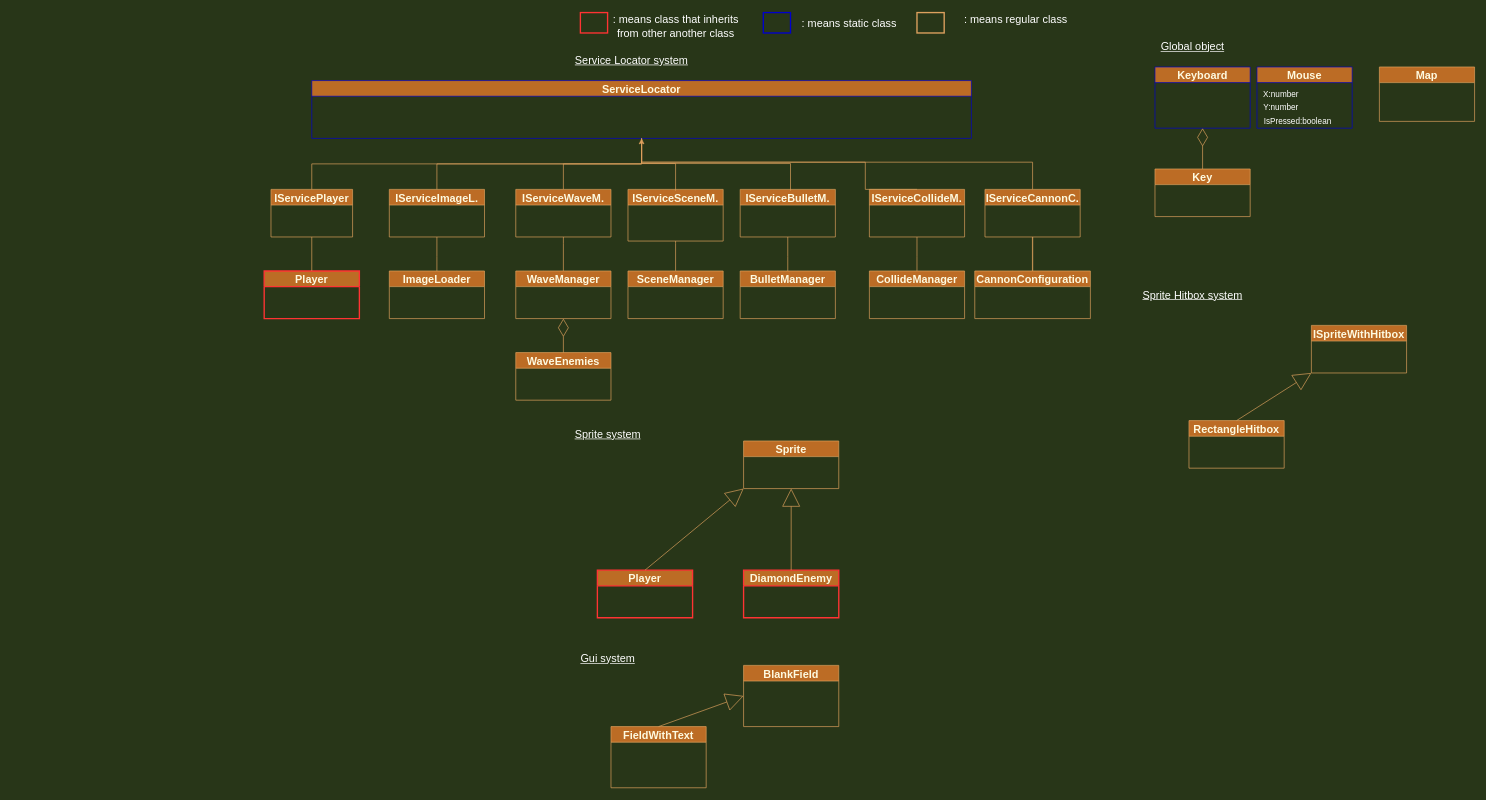
This is flow_chart/Uml.drawio from MounirAia/Web-Shoot-em-up, a draw.io file, before an edit. Source tidied: cells renumbered, new cells numbered last; positions are measured from the earlier drawing's top-left corner, leaving out a move shared by most shapes. Both pictures are drawn from the tidied source at 68%, with x=0, y=0 at pixel (264, 12).
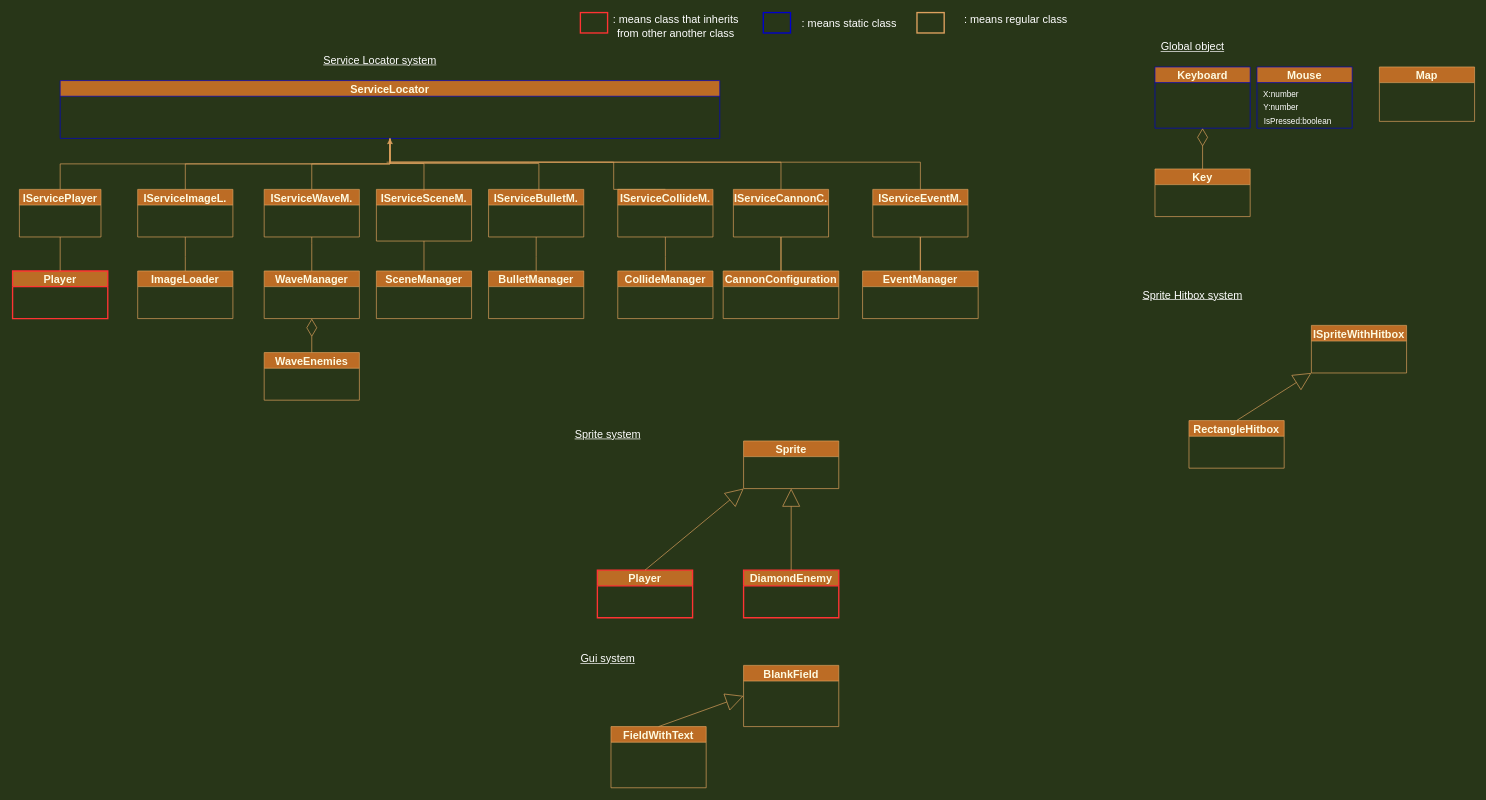
The same page after the edit.

The edit, as a diff of the source:
```diff
@@
     <mxCell id="2" value="ServiceLocator" style="swimlane;fontSize=16;fillColor=#BC6C25;strokeColor=#0000CC;fontColor=#FEFAE0;" parent="1" vertex="1">
-      <mxGeometry x="70" y="100" width="970" height="85" as="geometry" />
+      <mxGeometry x="-300" y="100" width="970" height="85" as="geometry" />
     </mxCell>
@@
     <mxCell id="4" value="Player" style="swimlane;fontSize=16;fillColor=#BC6C25;strokeColor=#FF3333;fontColor=#FEFAE0;strokeWidth=2;" parent="1" vertex="1">
-      <mxGeometry y="380" width="140" height="70" as="geometry" />
+      <mxGeometry x="-370" y="380" width="140" height="70" as="geometry" />
     </mxCell>
     <mxCell id="5" style="edgeStyle=orthogonalEdgeStyle;rounded=0;jettySize=auto;html=1;exitX=0.5;exitY=0;exitDx=0;exitDy=0;fontSize=16;endArrow=none;endFill=0;entryX=0.5;entryY=1;entryDx=0;entryDy=0;labelBackgroundColor=#283618;strokeColor=#DDA15E;fontColor=#FEFAE0;" parent="1" edge="1" source="6" target="8">
       <mxGeometry relative="1" as="geometry">
         <Array as="points">
-          <mxPoint x="440" y="340" />
-          <mxPoint x="440" y="340" />
+          <mxPoint x="70" y="340" />
+          <mxPoint x="70" y="340" />
         </Array>
       </mxGeometry>
     </mxCell>
     <mxCell id="6" value="WaveManager" style="swimlane;fontSize=16;fillColor=#BC6C25;strokeColor=#DDA15E;fontColor=#FEFAE0;" parent="1" vertex="1">
-      <mxGeometry x="370" y="380" width="140" height="70" as="geometry" />
+      <mxGeometry y="380" width="140" height="70" as="geometry" />
     </mxCell>
@@
     <mxCell id="8" value="IServiceWaveM." style="swimlane;fontSize=16;fillColor=#BC6C25;strokeColor=#DDA15E;fontColor=#FEFAE0;" parent="1" vertex="1">
-      <mxGeometry x="370" y="260" width="140" height="70" as="geometry" />
+      <mxGeometry y="260" width="140" height="70" as="geometry" />
     </mxCell>
     <mxCell id="9" value="WaveEnemies" style="swimlane;fontSize=16;fillColor=#BC6C25;strokeColor=#DDA15E;fontColor=#FEFAE0;" parent="1" vertex="1">
-      <mxGeometry x="370" y="500" width="140" height="70" as="geometry" />
+      <mxGeometry y="500" width="140" height="70" as="geometry" />
     </mxCell>
@@
     <mxCell id="21" style="edgeStyle=orthogonalEdgeStyle;rounded=0;jettySize=auto;html=1;exitX=0.5;exitY=0;exitDx=0;exitDy=0;fontSize=16;endArrow=none;endFill=0;entryX=0.5;entryY=1;entryDx=0;entryDy=0;labelBackgroundColor=#283618;strokeColor=#DDA15E;fontColor=#FEFAE0;" parent="1" edge="1" source="22" target="23">
       <mxGeometry relative="1" as="geometry">
         <Array as="points">
-          <mxPoint x="605" y="340" />
-          <mxPoint x="605" y="340" />
+          <mxPoint x="235" y="340" />
+          <mxPoint x="235" y="340" />
         </Array>
       </mxGeometry>
     </mxCell>
     <mxCell id="22" value="SceneManager" style="swimlane;fontSize=16;fillColor=#BC6C25;strokeColor=#DDA15E;fontColor=#FEFAE0;" parent="1" vertex="1">
-      <mxGeometry x="535" y="380" width="140" height="70" as="geometry" />
+      <mxGeometry x="165" y="380" width="140" height="70" as="geometry" />
     </mxCell>
     <mxCell id="23" value="IServiceSceneM." style="swimlane;fontSize=16;fillColor=#BC6C25;strokeColor=#DDA15E;fontColor=#FEFAE0;" parent="1" vertex="1">
-      <mxGeometry x="535" y="260" width="140" height="76" as="geometry" />
+      <mxGeometry x="165" y="260" width="140" height="76" as="geometry" />
     </mxCell>
     <mxCell id="24" style="edgeStyle=orthogonalEdgeStyle;rounded=0;orthogonalLoop=1;jettySize=auto;html=1;fontSize=16;endArrow=none;endFill=0;labelBackgroundColor=#283618;strokeColor=#DDA15E;fontColor=#FEFAE0;exitX=0.5;exitY=0;exitDx=0;exitDy=0;entryX=0.5;entryY=1;entryDx=0;entryDy=0;" parent="1" edge="1">
       <mxGeometry relative="1" as="geometry">
-        <mxPoint x="605" y="262" as="sourcePoint" />
-        <mxPoint x="555" y="187" as="targetPoint" />
+        <mxPoint x="235" y="262" as="sourcePoint" />
+        <mxPoint x="185" y="187" as="targetPoint" />
         <Array as="points">
-          <mxPoint x="605" y="222" />
-          <mxPoint x="555" y="222" />
+          <mxPoint x="235" y="222" />
+          <mxPoint x="185" y="222" />
         </Array>
       </mxGeometry>
     </mxCell>
     <mxCell id="25" value="IServicePlayer" style="swimlane;fontSize=16;fillColor=#BC6C25;strokeColor=#DDA15E;fontColor=#FEFAE0;" parent="1" vertex="1">
-      <mxGeometry x="10" y="260" width="120" height="70" as="geometry" />
+      <mxGeometry x="-360" y="260" width="120" height="70" as="geometry" />
     </mxCell>
@@
     <mxCell id="28" style="edgeStyle=orthogonalEdgeStyle;rounded=0;jettySize=auto;html=1;exitX=0.5;exitY=0;exitDx=0;exitDy=0;fontSize=16;endArrow=none;endFill=0;entryX=0.5;entryY=1;entryDx=0;entryDy=0;labelBackgroundColor=#283618;strokeColor=#DDA15E;fontColor=#FEFAE0;" parent="1" edge="1" source="29" target="30">
       <mxGeometry relative="1" as="geometry">
         <Array as="points">
-          <mxPoint x="254" y="359" />
-          <mxPoint x="254" y="359" />
+          <mxPoint x="-116" y="359" />
+          <mxPoint x="-116" y="359" />
         </Array>
       </mxGeometry>
     </mxCell>
     <mxCell id="29" value="ImageLoader" style="swimlane;fontSize=16;fillColor=#BC6C25;strokeColor=#DDA15E;fontColor=#FEFAE0;" parent="1" vertex="1">
-      <mxGeometry x="184" y="380" width="140" height="70" as="geometry" />
+      <mxGeometry x="-186" y="380" width="140" height="70" as="geometry" />
     </mxCell>
     <mxCell id="30" value="IServiceImageL." style="swimlane;fontSize=16;fillColor=#BC6C25;strokeColor=#DDA15E;fontColor=#FEFAE0;" parent="1" vertex="1">
-      <mxGeometry x="184" y="260" width="140" height="70" as="geometry" />
+      <mxGeometry x="-186" y="260" width="140" height="70" as="geometry" />
     </mxCell>
     <mxCell id="31" value="&lt;font style=&quot;font-size: 16px;&quot; color=&quot;#ffffff&quot;&gt;&lt;u&gt;Service Locator system&lt;/u&gt;&lt;/font&gt;" style="text;html=1;align=center;verticalAlign=middle;strokeColor=none;fillColor=none;" parent="1" vertex="1">
-      <mxGeometry x="450" y="60" width="180" height="20" as="geometry" />
+      <mxGeometry x="80" y="60" width="180" height="20" as="geometry" />
     </mxCell>
@@
     <mxCell id="51" style="edgeStyle=orthogonalEdgeStyle;rounded=0;jettySize=auto;html=1;exitX=0.5;exitY=0;exitDx=0;exitDy=0;fontSize=16;endArrow=none;endFill=0;entryX=0.5;entryY=1;entryDx=0;entryDy=0;labelBackgroundColor=#283618;strokeColor=#DDA15E;fontColor=#FEFAE0;" parent="1" edge="1" source="52" target="53">
       <mxGeometry relative="1" as="geometry">
         <Array as="points">
-          <mxPoint x="770" y="359" />
-          <mxPoint x="770" y="359" />
+          <mxPoint x="400" y="359" />
+          <mxPoint x="400" y="359" />
         </Array>
       </mxGeometry>
     </mxCell>
     <mxCell id="52" value="BulletManager" style="swimlane;fontSize=16;fillColor=#BC6C25;strokeColor=#DDA15E;fontColor=#FEFAE0;startSize=23;" parent="1" vertex="1">
-      <mxGeometry x="700" y="380" width="140" height="70" as="geometry" />
+      <mxGeometry x="330" y="380" width="140" height="70" as="geometry" />
     </mxCell>
     <mxCell id="53" value="IServiceBulletM." style="swimlane;fontSize=16;fillColor=#BC6C25;strokeColor=#DDA15E;fontColor=#FEFAE0;" parent="1" vertex="1">
-      <mxGeometry x="700" y="260" width="140" height="70" as="geometry" />
+      <mxGeometry x="330" y="260" width="140" height="70" as="geometry" />
     </mxCell>
     <mxCell id="54" style="edgeStyle=orthogonalEdgeStyle;rounded=0;orthogonalLoop=1;jettySize=auto;html=1;fontSize=16;endArrow=none;endFill=0;labelBackgroundColor=#283618;strokeColor=#DDA15E;fontColor=#FEFAE0;exitX=0.5;exitY=0;exitDx=0;exitDy=0;entryX=0.5;entryY=1;entryDx=0;entryDy=0;" parent="1" edge="1">
       <mxGeometry relative="1" as="geometry">
-        <mxPoint x="774" y="262" as="sourcePoint" />
-        <mxPoint x="555" y="187" as="targetPoint" />
+        <mxPoint x="404" y="262" as="sourcePoint" />
+        <mxPoint x="185" y="187" as="targetPoint" />
         <Array as="points">
-          <mxPoint x="774" y="222" />
-          <mxPoint x="555" y="222" />
+          <mxPoint x="404" y="222" />
+          <mxPoint x="185" y="222" />
         </Array>
       </mxGeometry>
     </mxCell>
     <mxCell id="55" style="edgeStyle=orthogonalEdgeStyle;rounded=0;jettySize=auto;html=1;exitX=0.5;exitY=0;exitDx=0;exitDy=0;fontSize=16;endArrow=none;endFill=0;entryX=0.5;entryY=1;entryDx=0;entryDy=0;labelBackgroundColor=#283618;strokeColor=#DDA15E;fontColor=#FEFAE0;" parent="1" edge="1" source="56" target="57">
       <mxGeometry relative="1" as="geometry">
         <Array as="points">
-          <mxPoint x="960" y="359" />
-          <mxPoint x="960" y="359" />
+          <mxPoint x="590" y="359" />
+          <mxPoint x="590" y="359" />
         </Array>
       </mxGeometry>
     </mxCell>
     <mxCell id="56" value="CollideManager" style="swimlane;fontSize=16;fillColor=#BC6C25;strokeColor=#DDA15E;fontColor=#FEFAE0;startSize=23;" parent="1" vertex="1">
-      <mxGeometry x="890" y="380" width="140" height="70" as="geometry" />
+      <mxGeometry x="520" y="380" width="140" height="70" as="geometry" />
     </mxCell>
     <mxCell id="57" value="IServiceCollideM." style="swimlane;fontSize=16;fillColor=#BC6C25;strokeColor=#DDA15E;fontColor=#FEFAE0;" parent="1" vertex="1">
-      <mxGeometry x="890" y="260" width="140" height="70" as="geometry" />
+      <mxGeometry x="520" y="260" width="140" height="70" as="geometry" />
     </mxCell>
     <mxCell id="58" style="edgeStyle=orthogonalEdgeStyle;rounded=0;jettySize=auto;html=1;fontSize=16;endArrow=none;endFill=0;labelBackgroundColor=#283618;strokeColor=#DDA15E;fontColor=#FEFAE0;exitX=0.5;exitY=0;exitDx=0;exitDy=0;entryX=0.5;entryY=1;entryDx=0;entryDy=0;" parent="1" edge="1" source="57" target="2">
       <mxGeometry relative="1" as="geometry">
         <Array as="points">
-          <mxPoint x="884" y="260" />
-          <mxPoint x="884" y="220" />
-          <mxPoint x="555" y="220" />
+          <mxPoint x="514" y="260" />
+          <mxPoint x="514" y="220" />
+          <mxPoint x="185" y="220" />
         </Array>
       </mxGeometry>
     </mxCell>
@@
     <mxCell id="60" value="IServiceCannonC." style="swimlane;fontSize=16;fillColor=#BC6C25;strokeColor=#DDA15E;fontColor=#FEFAE0;" parent="1" vertex="1">
-      <mxGeometry x="1060" y="260" width="140" height="70" as="geometry" />
+      <mxGeometry x="690" y="260" width="140" height="70" as="geometry" />
     </mxCell>
     <mxCell id="61" value="CannonConfiguration" style="swimlane;fontSize=16;fillColor=#BC6C25;strokeColor=#DDA15E;fontColor=#FEFAE0;" parent="1" vertex="1">
-      <mxGeometry x="1045" y="380" width="170" height="70" as="geometry" />
+      <mxGeometry x="675" y="380" width="170" height="70" as="geometry" />
     </mxCell>
     <mxCell id="62" style="edgeStyle=orthogonalEdgeStyle;rounded=0;jettySize=auto;html=1;fontSize=16;endArrow=none;endFill=0;labelBackgroundColor=#283618;strokeColor=#DDA15E;fontColor=#FEFAE0;exitX=0.5;exitY=0;exitDx=0;exitDy=0;entryX=0.5;entryY=1;entryDx=0;entryDy=0;" parent="1" edge="1" source="60" target="2">
       <mxGeometry relative="1" as="geometry">
         <Array as="points">
-          <mxPoint x="1130" y="220" />
-          <mxPoint x="555" y="220" />
+          <mxPoint x="760" y="220" />
+          <mxPoint x="185" y="220" />
         </Array>
       </mxGeometry>
     </mxCell>
+    <mxCell id="63" style="rounded=0;jettySize=auto;html=1;fillColor=#ffe6cc;strokeColor=#DDA15E;shape=link;width=-0.4761904761904763;" parent="1" edge="1" source="64" target="65">
+      <mxGeometry relative="1" as="geometry" />
+    </mxCell>
+    <mxCell id="64" value="IServiceEventM." style="swimlane;fontSize=16;fillColor=#BC6C25;strokeColor=#DDA15E;fontColor=#FEFAE0;" parent="1" vertex="1">
+      <mxGeometry x="895" y="260" width="140" height="70" as="geometry" />
+    </mxCell>
+    <mxCell id="65" value="EventManager" style="swimlane;fontSize=16;fillColor=#BC6C25;strokeColor=#DDA15E;fontColor=#FEFAE0;" parent="1" vertex="1">
+      <mxGeometry x="880" y="380" width="170" height="70" as="geometry" />
+    </mxCell>
+    <mxCell id="66" style="edgeStyle=orthogonalEdgeStyle;rounded=0;jettySize=auto;html=1;fontSize=16;endArrow=none;endFill=0;labelBackgroundColor=#283618;strokeColor=#DDA15E;fontColor=#FEFAE0;exitX=0.5;exitY=0;exitDx=0;exitDy=0;" parent="1" edge="1" source="64">
+      <mxGeometry relative="1" as="geometry">
+        <mxPoint x="180" y="220" as="targetPoint" />
+        <Array as="points">
+          <mxPoint x="965" y="220" />
+          <mxPoint x="390" y="220" />
+        </Array>
+      </mxGeometry>
+    </mxCell>
```
